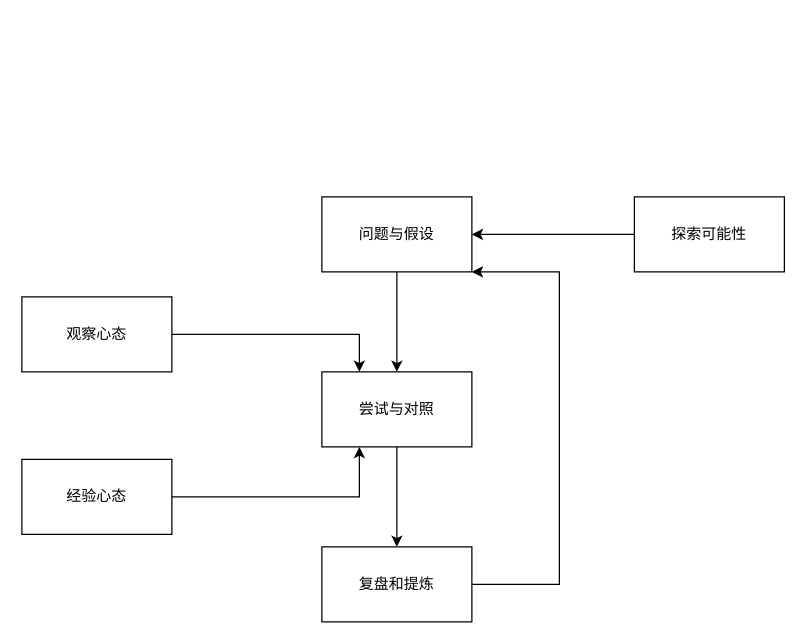
This is 实验心态.drawio from miniprogress/savedrawio, a draw.io file, before an edit. Source tidied: cells renumbered, new cells numbered last; positions are measured from the earlier drawing's top-left corner, leaving out a move shared by most shapes. Both pictures are drawn from the tidied source at 125%, with x=0, y=0 at pixel (21, 196).
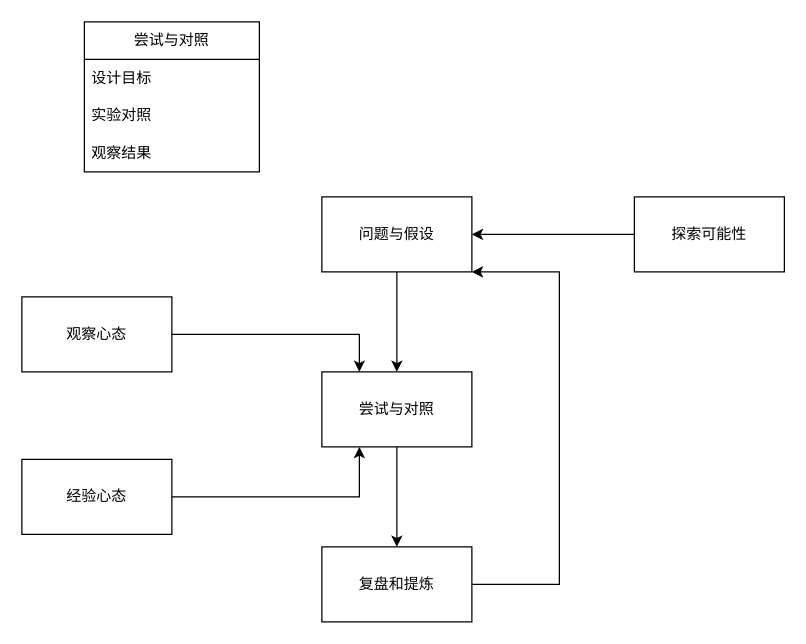
Above is the later version.

Commit message:
更新实验心态.drawio

Diff of the diagram source:
```diff
@@
 <mxGraphModel>
   <root>
     <mxCell id="0" />
     <mxCell id="1" parent="0" />
     <mxCell id="2" style="edgeStyle=orthogonalEdgeStyle;rounded=0;jettySize=auto;html=1;" parent="1" edge="1" source="3" target="5">
       <mxGeometry relative="1" as="geometry" />
     </mxCell>
     <mxCell id="3" value="问题与假设" style="rounded=0;whiteSpace=wrap;html=1;" parent="1" vertex="1">
       <mxGeometry x="240" width="120" height="60" as="geometry" />
     </mxCell>
     <mxCell id="4" style="edgeStyle=orthogonalEdgeStyle;rounded=0;jettySize=auto;html=1;" parent="1" edge="1" source="5" target="7">
       <mxGeometry relative="1" as="geometry" />
     </mxCell>
     <mxCell id="5" value="尝试与对照" style="rounded=0;whiteSpace=wrap;html=1;" parent="1" vertex="1">
       <mxGeometry x="240" y="140" width="120" height="60" as="geometry" />
     </mxCell>
     <mxCell id="6" style="edgeStyle=orthogonalEdgeStyle;rounded=0;jettySize=auto;html=1;entryX=1;entryY=1;entryDx=0;entryDy=0;" parent="1" edge="1" source="7" target="3">
       <mxGeometry relative="1" as="geometry">
         <Array as="points">
           <mxPoint x="430" y="310" />
           <mxPoint x="430" y="60" />
         </Array>
       </mxGeometry>
     </mxCell>
     <mxCell id="7" value="复盘和提炼" style="rounded=0;whiteSpace=wrap;html=1;" parent="1" vertex="1">
       <mxGeometry x="240" y="280" width="120" height="60" as="geometry" />
     </mxCell>
     <mxCell id="8" style="edgeStyle=orthogonalEdgeStyle;rounded=0;jettySize=auto;html=1;entryX=0.25;entryY=0;entryDx=0;entryDy=0;" parent="1" edge="1" source="9" target="5">
       <mxGeometry relative="1" as="geometry" />
     </mxCell>
     <mxCell id="9" value="观察心态" style="rounded=0;whiteSpace=wrap;html=1;" parent="1" vertex="1">
       <mxGeometry y="80" width="120" height="60" as="geometry" />
     </mxCell>
     <mxCell id="10" style="edgeStyle=orthogonalEdgeStyle;rounded=0;jettySize=auto;html=1;entryX=0.25;entryY=1;entryDx=0;entryDy=0;" parent="1" edge="1" source="11" target="5">
       <mxGeometry relative="1" as="geometry" />
     </mxCell>
     <mxCell id="11" value="经验心态" style="rounded=0;whiteSpace=wrap;html=1;" parent="1" vertex="1">
       <mxGeometry y="210" width="120" height="60" as="geometry" />
     </mxCell>
     <mxCell id="12" style="edgeStyle=orthogonalEdgeStyle;rounded=0;jettySize=auto;html=1;entryX=1;entryY=0.5;entryDx=0;entryDy=0;" parent="1" edge="1" source="13" target="3">
       <mxGeometry relative="1" as="geometry" />
     </mxCell>
     <mxCell id="13" value="探索可能性" style="whiteSpace=wrap;html=1;" parent="1" vertex="1">
       <mxGeometry x="490" width="120" height="60" as="geometry" />
     </mxCell>
+    <mxCell id="14" value="尝试与对照" style="swimlane;fontStyle=0;horizontal=1;startSize=30;whiteSpace=wrap;html=1;" parent="1" vertex="1">
+      <mxGeometry x="50" y="-140" width="140" height="120" as="geometry" />
+    </mxCell>
+    <mxCell id="15" value="设计目标" style="text;strokeColor=none;fillColor=none;align=left;verticalAlign=middle;spacingLeft=4;spacingRight=4;overflow=hidden;whiteSpace=wrap;html=1;" parent="14" vertex="1">
+      <mxGeometry y="30" width="140" height="30" as="geometry" />
+    </mxCell>
+    <mxCell id="16" value="实验对照" style="text;strokeColor=none;fillColor=none;align=left;verticalAlign=middle;spacingLeft=4;spacingRight=4;overflow=hidden;whiteSpace=wrap;html=1;" parent="14" vertex="1">
+      <mxGeometry y="60" width="140" height="30" as="geometry" />
+    </mxCell>
+    <mxCell id="17" value="观察结果" style="text;strokeColor=none;fillColor=none;align=left;verticalAlign=middle;spacingLeft=4;spacingRight=4;overflow=hidden;whiteSpace=wrap;html=1;" parent="14" vertex="1">
+      <mxGeometry y="90" width="140" height="30" as="geometry" />
+    </mxCell>
   </root>
 </mxGraphModel>
```
